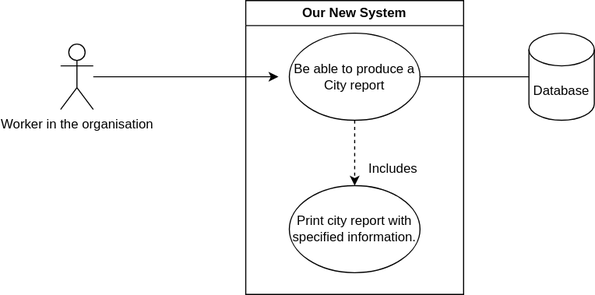
Above: Group-Project-Y2-Use-Case-Diagram.svg in Jxcka15/Group-Project-Y2 (draw.io), before the change. Source tidied: cells renumbered, new cells last; positions are measured from the earlier drawing's top-left corner, leaving out a move shared by most shapes. Source of this version:
```xml
<mxGraphModel>
  <root>
    <mxCell id="0" />
    <mxCell id="1" parent="0" />
    <mxCell id="2" value="Our New System" style="swimlane;whiteSpace=wrap;html=1;" parent="1" vertex="1">
      <mxGeometry x="170" width="200" height="270" as="geometry" />
    </mxCell>
    <mxCell id="3" style="edgeStyle=orthogonalEdgeStyle;rounded=0;jettySize=auto;html=1;endArrow=classic;endFill=1;dashed=1;" parent="2" edge="1" source="4" target="5">
      <mxGeometry relative="1" as="geometry" />
    </mxCell>
    <mxCell id="4" value="Be able to produce a City report" style="ellipse;whiteSpace=wrap;html=1;" parent="2" vertex="1">
      <mxGeometry x="40" y="30" width="120" height="80" as="geometry" />
    </mxCell>
    <mxCell id="5" value="Print city report with specified information." style="ellipse;whiteSpace=wrap;html=1;" parent="2" vertex="1">
      <mxGeometry x="40" y="170" width="120" height="80" as="geometry" />
    </mxCell>
    <mxCell id="6" value="Includes" style="text;html=1;align=center;verticalAlign=middle;strokeColor=none;fillColor=none;" parent="2" vertex="1">
      <mxGeometry x="100" y="140" width="70" height="30" as="geometry" />
    </mxCell>
    <mxCell id="7" style="edgeStyle=orthogonalEdgeStyle;rounded=0;jettySize=auto;html=1;" parent="1" edge="1" source="8">
      <mxGeometry relative="1" as="geometry">
        <mxPoint x="200" y="70" as="targetPoint" />
      </mxGeometry>
    </mxCell>
    <mxCell id="8" value="Worker in the organisation" style="shape=umlActor;verticalLabelPosition=bottom;verticalAlign=top;html=1;outlineConnect=0;" parent="1" vertex="1">
      <mxGeometry y="40" width="30" height="60" as="geometry" />
    </mxCell>
    <mxCell id="9" value="Database" style="shape=cylinder3;whiteSpace=wrap;html=1;boundedLbl=1;backgroundOutline=1;size=15;" parent="1" vertex="1">
      <mxGeometry x="430" y="30" width="60" height="80" as="geometry" />
    </mxCell>
    <mxCell id="10" style="edgeStyle=orthogonalEdgeStyle;rounded=0;jettySize=auto;html=1;exitX=1;exitY=0.5;exitDx=0;exitDy=0;endArrow=none;endFill=0;" parent="1" edge="1" source="4" target="9">
      <mxGeometry relative="1" as="geometry" />
    </mxCell>
  </root>
</mxGraphModel>
```
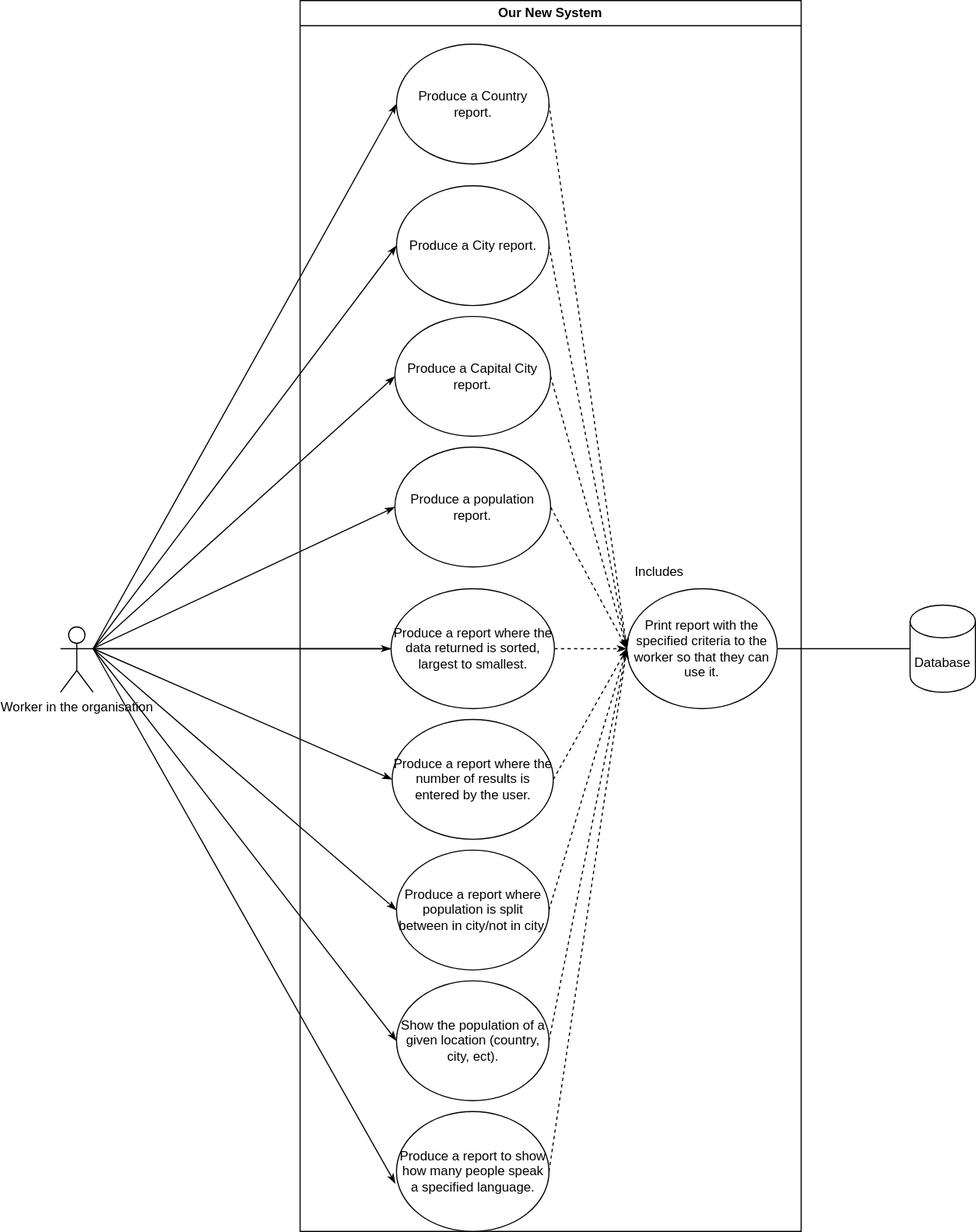
After the change.

Diff of the diagram source:
```diff
@@ -2,34 +2,109 @@
   <root>
     <mxCell id="0" />
     <mxCell id="1" parent="0" />
+    <mxCell id="8" value="Worker in the organisation&lt;br&gt;" style="shape=umlActor;verticalLabelPosition=bottom;verticalAlign=top;html=1;outlineConnect=0;" parent="1" vertex="1">
+      <mxGeometry x="-230" y="535" width="30" height="60" as="geometry" />
+    </mxCell>
     <mxCell id="2" value="Our New System" style="swimlane;whiteSpace=wrap;html=1;" parent="1" vertex="1">
-      <mxGeometry x="170" width="200" height="270" as="geometry" />
+      <mxGeometry x="-10" y="-40" width="460" height="1130" as="geometry" />
     </mxCell>
-    <mxCell id="3" style="edgeStyle=orthogonalEdgeStyle;rounded=0;jettySize=auto;html=1;endArrow=classic;endFill=1;dashed=1;" parent="2" edge="1" source="4" target="5">
-      <mxGeometry relative="1" as="geometry" />
-    </mxCell>
-    <mxCell id="4" value="Be able to produce a City report" style="ellipse;whiteSpace=wrap;html=1;" parent="2" vertex="1">
-      <mxGeometry x="40" y="30" width="120" height="80" as="geometry" />
-    </mxCell>
-    <mxCell id="5" value="Print city report with specified information." style="ellipse;whiteSpace=wrap;html=1;" parent="2" vertex="1">
-      <mxGeometry x="40" y="170" width="120" height="80" as="geometry" />
-    </mxCell>
+    <mxCell id="11" value="Produce a Country report." style="ellipse;whiteSpace=wrap;html=1;" parent="2" vertex="1">
+      <mxGeometry x="88.5" y="40" width="140" height="110" as="geometry" />
+    </mxCell>
+    <mxCell id="12" value="Produce a City report." style="ellipse;whiteSpace=wrap;html=1;" parent="2" vertex="1">
+      <mxGeometry x="88.5" y="170" width="140" height="110" as="geometry" />
+    </mxCell>
+    <mxCell id="13" value="Produce a population report." style="ellipse;whiteSpace=wrap;html=1;" parent="2" vertex="1">
+      <mxGeometry x="87" y="410" width="143" height="110" as="geometry" />
+    </mxCell>
+    <mxCell id="14" value="Produce a report where population is split between in city/not in city." style="ellipse;whiteSpace=wrap;html=1;" parent="2" vertex="1">
+      <mxGeometry x="88.5" y="780" width="140" height="110" as="geometry" />
+    </mxCell>
+    <mxCell id="15" value="Produce a Capital City report." style="ellipse;whiteSpace=wrap;html=1;" parent="2" vertex="1">
+      <mxGeometry x="87" y="290" width="143" height="110" as="geometry" />
+    </mxCell>
+    <mxCell id="16" value="Produce a report where the number of results is entered by the user." style="ellipse;whiteSpace=wrap;html=1;" parent="2" vertex="1">
+      <mxGeometry x="84.5" y="660" width="148" height="110" as="geometry" />
+    </mxCell>
+    <mxCell id="17" value="Produce a report where the data returned is sorted, largest to smallest." style="ellipse;whiteSpace=wrap;html=1;" parent="2" vertex="1">
+      <mxGeometry x="83.5" y="540" width="150" height="110" as="geometry" />
+    </mxCell>
+    <mxCell id="18" value="Show the population of a given location (country, city, ect)." style="ellipse;whiteSpace=wrap;html=1;" parent="2" vertex="1">
+      <mxGeometry x="88.5" y="900" width="140" height="110" as="geometry" />
+    </mxCell>
+    <mxCell id="19" style="endArrow=classicThin;dashed=1;html=1;rounded=0;exitX=1;exitY=0.5;exitDx=0;exitDy=0;entryX=0;entryY=0.5;entryDx=0;entryDy=0;endFill=1;" parent="2" edge="1" source="15" target="20">
+      <mxGeometry relative="1" as="geometry" />
+    </mxCell>
+    <mxCell id="20" value="Print report with the specified criteria to the worker so that they can use it." style="ellipse;whiteSpace=wrap;html=1;" parent="2" vertex="1">
+      <mxGeometry x="300" y="540" width="138" height="110" as="geometry" />
+    </mxCell>
+    <mxCell id="21" value="Produce a report to show how many people speak a specified language." style="ellipse;whiteSpace=wrap;html=1;" parent="2" vertex="1">
+      <mxGeometry x="88.5" y="1020" width="140" height="110" as="geometry" />
+    </mxCell>
+    <mxCell id="22" style="endArrow=classicThin;dashed=1;html=1;rounded=0;exitX=1;exitY=0.5;exitDx=0;exitDy=0;entryX=0;entryY=0.5;entryDx=0;entryDy=0;endFill=1;" parent="2" edge="1" source="12" target="20">
+      <mxGeometry relative="1" as="geometry" />
+    </mxCell>
+    <mxCell id="23" style="endArrow=classicThin;dashed=1;html=1;rounded=0;entryX=0;entryY=0.5;entryDx=0;entryDy=0;exitX=1;exitY=0.5;exitDx=0;exitDy=0;endFill=1;" parent="2" edge="1" source="11" target="20">
+      <mxGeometry relative="1" as="geometry" />
+    </mxCell>
+    <mxCell id="24" style="endArrow=classicThin;dashed=1;html=1;rounded=0;exitX=1;exitY=0.5;exitDx=0;exitDy=0;endFill=1;" parent="2" edge="1" source="17">
+      <mxGeometry relative="1" as="geometry">
+        <mxPoint x="300" y="595" as="targetPoint" />
+      </mxGeometry>
+    </mxCell>
+    <mxCell id="25" style="endArrow=classicThin;dashed=1;html=1;rounded=0;exitX=1;exitY=0.5;exitDx=0;exitDy=0;entryX=0;entryY=0.5;entryDx=0;entryDy=0;endFill=1;" parent="2" edge="1" source="16" target="20">
+      <mxGeometry relative="1" as="geometry" />
+    </mxCell>
+    <mxCell id="26" style="endArrow=none;dashed=1;html=1;rounded=0;exitX=1;exitY=0.5;exitDx=0;exitDy=0;entryX=0;entryY=0.5;entryDx=0;entryDy=0;" parent="2" edge="1" source="14" target="20">
+      <mxGeometry relative="1" as="geometry" />
+    </mxCell>
+    <mxCell id="27" style="endArrow=classicThin;dashed=1;html=1;rounded=0;exitX=1;exitY=0.5;exitDx=0;exitDy=0;entryX=0;entryY=0.5;entryDx=0;entryDy=0;endFill=1;" parent="2" edge="1" source="18" target="20">
+      <mxGeometry relative="1" as="geometry" />
+    </mxCell>
+    <mxCell id="28" style="endArrow=classicThin;dashed=1;html=1;rounded=0;exitX=1;exitY=0.5;exitDx=0;exitDy=0;endFill=1;entryX=0;entryY=0.5;entryDx=0;entryDy=0;" parent="2" edge="1" source="21" target="20">
+      <mxGeometry relative="1" as="geometry" />
+    </mxCell>
+    <mxCell id="29" style="endArrow=none;dashed=1;html=1;rounded=0;exitX=0;exitY=0.5;exitDx=0;exitDy=0;endFill=0;entryX=1;entryY=0.5;entryDx=0;entryDy=0;startArrow=classicThin;startFill=1;" parent="2" edge="1" source="20" target="13">
+      <mxGeometry relative="1" as="geometry" />
+    </mxCell>
-    <mxCell id="6" value="Includes" style="text;html=1;align=center;verticalAlign=middle;strokeColor=none;fillColor=none;" parent="2" vertex="1">
-      <mxGeometry x="100" y="140" width="70" height="30" as="geometry" />
+    <mxCell id="6" value="Includes" style="text;html=1;strokeColor=none;fillColor=none;align=center;verticalAlign=middle;whiteSpace=wrap;rounded=0;" parent="2" vertex="1">
+      <mxGeometry x="300" y="510" width="60" height="30" as="geometry" />
     </mxCell>
-    <mxCell id="7" style="edgeStyle=orthogonalEdgeStyle;rounded=0;jettySize=auto;html=1;" parent="1" edge="1" source="8">
-      <mxGeometry relative="1" as="geometry">
-        <mxPoint x="200" y="70" as="targetPoint" />
-      </mxGeometry>
-    </mxCell>
-    <mxCell id="8" value="Worker in the organisation" style="shape=umlActor;verticalLabelPosition=bottom;verticalAlign=top;html=1;outlineConnect=0;" parent="1" vertex="1">
-      <mxGeometry y="40" width="30" height="60" as="geometry" />
-    </mxCell>
+    <mxCell id="30" style="endArrow=classicThin;html=1;rounded=0;entryX=0;entryY=0.5;entryDx=0;entryDy=0;exitX=1;exitY=0.3333333333333333;exitDx=0;exitDy=0;exitPerimeter=0;endFill=1;" parent="1" edge="1" source="8" target="11">
+      <mxGeometry relative="1" as="geometry" />
+    </mxCell>
+    <mxCell id="31" style="endArrow=classicThin;html=1;rounded=0;entryX=0;entryY=0.5;entryDx=0;entryDy=0;exitX=1;exitY=0.3333333333333333;exitDx=0;exitDy=0;exitPerimeter=0;endFill=1;" parent="1" edge="1" source="8" target="18">
+      <mxGeometry relative="1" as="geometry" />
+    </mxCell>
+    <mxCell id="32" style="endArrow=classicThin;html=1;rounded=0;entryX=-0.008;entryY=0.6;entryDx=0;entryDy=0;entryPerimeter=0;exitX=1;exitY=0.3333333333333333;exitDx=0;exitDy=0;exitPerimeter=0;endFill=1;" parent="1" edge="1" source="8" target="21">
+      <mxGeometry relative="1" as="geometry" />
+    </mxCell>
+    <mxCell id="33" style="endArrow=classicThin;html=1;rounded=0;startArrow=none;startFill=0;endFill=1;entryX=0;entryY=0.5;entryDx=0;entryDy=0;exitX=1;exitY=0.3333333333333333;exitDx=0;exitDy=0;exitPerimeter=0;" parent="1" edge="1" source="8" target="15">
+      <mxGeometry relative="1" as="geometry" />
+    </mxCell>
+    <mxCell id="34" style="endArrow=none;html=1;rounded=0;entryX=0;entryY=0.5;entryDx=0;entryDy=0;exitX=1;exitY=0.3333333333333333;exitDx=0;exitDy=0;exitPerimeter=0;" parent="1" edge="1" source="8" target="17">
+      <mxGeometry relative="1" as="geometry" />
+    </mxCell>
+    <mxCell id="35" style="endArrow=classicThin;html=1;rounded=0;entryX=0;entryY=0.5;entryDx=0;entryDy=0;exitX=1;exitY=0.3333333333333333;exitDx=0;exitDy=0;exitPerimeter=0;endFill=1;" parent="1" edge="1" source="8" target="12">
+      <mxGeometry relative="1" as="geometry" />
+    </mxCell>
+    <mxCell id="36" style="endArrow=classicThin;html=1;rounded=0;entryX=0;entryY=0.5;entryDx=0;entryDy=0;exitX=1;exitY=0.3333333333333333;exitDx=0;exitDy=0;exitPerimeter=0;endFill=1;" parent="1" edge="1" source="8" target="14">
+      <mxGeometry relative="1" as="geometry" />
+    </mxCell>
+    <mxCell id="37" style="endArrow=classicThin;html=1;rounded=0;entryX=0;entryY=0.5;entryDx=0;entryDy=0;exitX=1;exitY=0.3333333333333333;exitDx=0;exitDy=0;exitPerimeter=0;endFill=1;" parent="1" edge="1" source="8" target="13">
+      <mxGeometry relative="1" as="geometry" />
+    </mxCell>
+    <mxCell id="38" style="endArrow=classicThin;html=1;rounded=0;entryX=0;entryY=0.5;entryDx=0;entryDy=0;exitX=1;exitY=0.3333333333333333;exitDx=0;exitDy=0;exitPerimeter=0;endFill=1;" parent="1" edge="1" source="8" target="17">
+      <mxGeometry relative="1" as="geometry" />
+    </mxCell>
+    <mxCell id="39" style="endArrow=classicThin;html=1;rounded=0;entryX=0;entryY=0.5;entryDx=0;entryDy=0;exitX=1;exitY=0.3333333333333333;exitDx=0;exitDy=0;exitPerimeter=0;endFill=1;" parent="1" edge="1" source="8" target="16">
+      <mxGeometry relative="1" as="geometry" />
+    </mxCell>
     <mxCell id="9" value="Database" style="shape=cylinder3;whiteSpace=wrap;html=1;boundedLbl=1;backgroundOutline=1;size=15;" parent="1" vertex="1">
-      <mxGeometry x="430" y="30" width="60" height="80" as="geometry" />
+      <mxGeometry x="550" y="515" width="60" height="80" as="geometry" />
     </mxCell>
-    <mxCell id="10" style="edgeStyle=orthogonalEdgeStyle;rounded=0;jettySize=auto;html=1;exitX=1;exitY=0.5;exitDx=0;exitDy=0;endArrow=none;endFill=0;" parent="1" edge="1" source="4" target="9">
-      <mxGeometry relative="1" as="geometry" />
-    </mxCell>
+    <mxCell id="40" style="endArrow=none;html=1;rounded=0;entryX=0;entryY=0.5;entryDx=0;entryDy=0;entryPerimeter=0;exitX=1;exitY=0.5;exitDx=0;exitDy=0;" parent="1" edge="1" source="20" target="9">
+      <mxGeometry relative="1" as="geometry" />
+    </mxCell>
   </root>
 </mxGraphModel>
```
